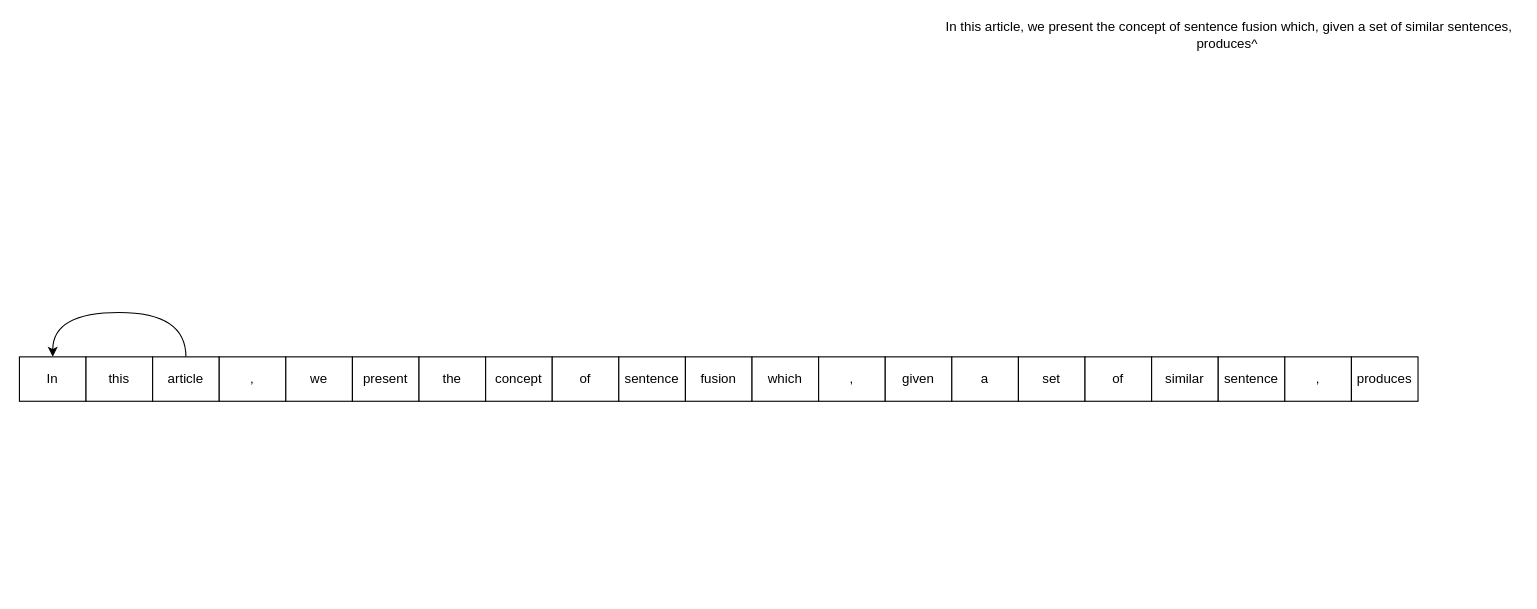
Earlier version of the draw.io diagram scentence.drawio (caramucho/drawio-repo). Source tidied: cells renumbered, new cells numbered last; positions are measured from the earlier drawing's top-left corner, leaving out a move shared by most shapes. Both pictures are drawn from the tidied source at 111%, with x=0, y=0 at pixel (19, 23).
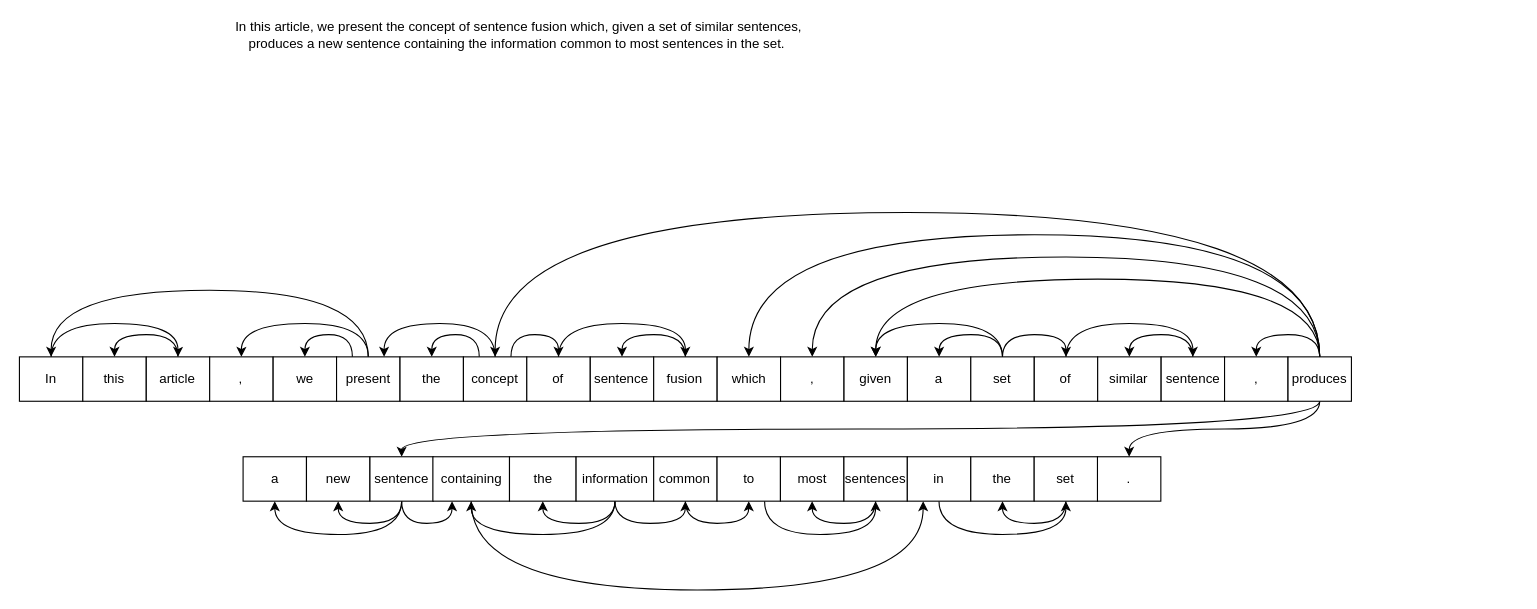
After the change.

What changed in the source:
```diff
@@
-    <mxCell id="2" value="In this article, we present the concept of sentence fusion which, given a set of similar sentences, produces^&amp;nbsp;" style="text;html=1;strokeColor=none;fillColor=none;align=center;verticalAlign=middle;whiteSpace=wrap;rounded=0;" parent="1" vertex="1">
-      <mxGeometry x="830" width="520" height="20" as="geometry" />
+    <mxCell id="2" value="In this article, we present the concept of sentence fusion which, given a set of similar sentences, produces a new sentence containing the information common to most sentences in the set.&amp;nbsp;" style="text;html=1;strokeColor=none;fillColor=none;align=center;verticalAlign=middle;whiteSpace=wrap;rounded=0;" parent="1" vertex="1">
+      <mxGeometry x="190" width="520" height="20" as="geometry" />
     </mxCell>
-    <mxCell id="3" style="curved=1;endArrow=classic;html=1;exitX=0.5;exitY=0;exitDx=0;exitDy=0;entryX=0.5;entryY=0;entryDx=0;entryDy=0;" parent="1" edge="1" source="6" target="4">
-      <mxGeometry relative="1" as="geometry">
-        <Array as="points">
-          <mxPoint x="150" y="260" />
-          <mxPoint x="30" y="260" />
-        </Array>
-      </mxGeometry>
-    </mxCell>
     <mxCell id="4" value="In" style="rounded=0;whiteSpace=wrap;html=1;" parent="1" vertex="1">
-      <mxGeometry y="300" width="60" height="40" as="geometry" />
+      <mxGeometry y="300" width="57.1" height="40" as="geometry" />
     </mxCell>
     <mxCell id="5" value="this" style="rounded=0;whiteSpace=wrap;html=1;" parent="1" vertex="1">
-      <mxGeometry x="60" y="300" width="60" height="40" as="geometry" />
+      <mxGeometry x="57.1" y="300" width="57.1" height="40" as="geometry" />
     </mxCell>
+    <mxCell id="25" style="edgeStyle=orthogonalEdgeStyle;rounded=0;jettySize=auto;html=1;exitX=0.5;exitY=0;exitDx=0;exitDy=0;entryX=0.5;entryY=0;entryDx=0;entryDy=0;curved=1;" parent="1" edge="1" source="6" target="5">
+      <mxGeometry relative="1" as="geometry" />
+    </mxCell>
+    <mxCell id="3" style="edgeStyle=orthogonalEdgeStyle;curved=1;rounded=0;jettySize=auto;html=1;exitX=0.5;exitY=0;exitDx=0;exitDy=0;entryX=0.5;entryY=0;entryDx=0;entryDy=0;startArrow=classic;startFill=1;endArrow=none;endFill=0;" parent="1" edge="1" source="6" target="4">
+      <mxGeometry relative="1" as="geometry">
+        <Array as="points">
+          <mxPoint x="142.9" y="270" />
+          <mxPoint x="28.6" y="270" />
+        </Array>
+      </mxGeometry>
+    </mxCell>
     <mxCell id="6" value="article" style="rounded=0;whiteSpace=wrap;html=1;" parent="1" vertex="1">
-      <mxGeometry x="120" y="300" width="60" height="40" as="geometry" />
+      <mxGeometry x="114.3" y="300" width="57.1" height="40" as="geometry" />
     </mxCell>
+    <mxCell id="26" style="edgeStyle=orthogonalEdgeStyle;curved=1;rounded=0;jettySize=auto;html=1;exitX=0.5;exitY=0;exitDx=0;exitDy=0;startArrow=classic;startFill=1;endArrow=none;endFill=0;" parent="1" edge="1" source="7">
+      <mxGeometry relative="1" as="geometry">
+        <mxPoint x="314.3" y="300" as="targetPoint" />
+        <Array as="points">
+          <mxPoint x="200" y="270" />
+          <mxPoint x="314.3" y="270" />
+        </Array>
+      </mxGeometry>
+    </mxCell>
     <mxCell id="7" value="," style="rounded=0;whiteSpace=wrap;html=1;" parent="1" vertex="1">
-      <mxGeometry x="180" y="300" width="60" height="40" as="geometry" />
+      <mxGeometry x="171.4" y="300" width="57.1" height="40" as="geometry" />
     </mxCell>
     <mxCell id="8" value="we" style="rounded=0;whiteSpace=wrap;html=1;" parent="1" vertex="1">
-      <mxGeometry x="240" y="300" width="60" height="40" as="geometry" />
+      <mxGeometry x="228.6" y="300" width="57.1" height="40" as="geometry" />
     </mxCell>
     <mxCell id="9" value="present" style="rounded=0;whiteSpace=wrap;html=1;" parent="1" vertex="1">
-      <mxGeometry x="300" y="300" width="60" height="40" as="geometry" />
+      <mxGeometry x="285.7" y="300" width="57.1" height="40" as="geometry" />
     </mxCell>
+    <mxCell id="27" style="edgeStyle=orthogonalEdgeStyle;curved=1;rounded=0;jettySize=auto;html=1;exitX=0.5;exitY=0;exitDx=0;exitDy=0;entryX=0.5;entryY=0;entryDx=0;entryDy=0;startArrow=classic;startFill=1;endArrow=none;endFill=0;" parent="1" edge="1" source="4" target="9">
+      <mxGeometry relative="1" as="geometry">
+        <Array as="points">
+          <mxPoint x="28.6" y="240" />
+          <mxPoint x="314.3" y="240" />
+        </Array>
+      </mxGeometry>
+    </mxCell>
+    <mxCell id="28" style="edgeStyle=orthogonalEdgeStyle;curved=1;rounded=0;jettySize=auto;html=1;exitX=0.5;exitY=0;exitDx=0;exitDy=0;entryX=0.25;entryY=0;entryDx=0;entryDy=0;startArrow=classic;startFill=1;endArrow=none;endFill=0;" parent="1" edge="1" source="8" target="9">
+      <mxGeometry relative="1" as="geometry" />
+    </mxCell>
     <mxCell id="10" value="the" style="rounded=0;whiteSpace=wrap;html=1;" parent="1" vertex="1">
-      <mxGeometry x="360" y="300" width="60" height="40" as="geometry" />
+      <mxGeometry x="342.9" y="300" width="57.1" height="40" as="geometry" />
     </mxCell>
+    <mxCell id="29" style="edgeStyle=orthogonalEdgeStyle;curved=1;rounded=0;jettySize=auto;html=1;exitX=0.25;exitY=0;exitDx=0;exitDy=0;entryX=0.5;entryY=0;entryDx=0;entryDy=0;startArrow=none;startFill=0;endArrow=classic;endFill=1;" parent="1" edge="1" source="11" target="10">
+      <mxGeometry relative="1" as="geometry" />
+    </mxCell>
     <mxCell id="11" value="concept" style="rounded=0;whiteSpace=wrap;html=1;" parent="1" vertex="1">
-      <mxGeometry x="420" y="300" width="60" height="40" as="geometry" />
+      <mxGeometry x="400" y="300" width="57.1" height="40" as="geometry" />
     </mxCell>
+    <mxCell id="30" style="edgeStyle=orthogonalEdgeStyle;curved=1;rounded=0;jettySize=auto;html=1;exitX=0.75;exitY=0;exitDx=0;exitDy=0;entryX=0.5;entryY=0;entryDx=0;entryDy=0;startArrow=classic;startFill=1;endArrow=none;endFill=0;" parent="1" edge="1" source="9" target="11">
+      <mxGeometry relative="1" as="geometry">
+        <Array as="points">
+          <mxPoint x="329" y="270" />
+          <mxPoint x="429" y="270" />
+        </Array>
+      </mxGeometry>
+    </mxCell>
     <mxCell id="12" value="of" style="rounded=0;whiteSpace=wrap;html=1;" parent="1" vertex="1">
-      <mxGeometry x="480" y="300" width="60" height="40" as="geometry" />
+      <mxGeometry x="457.1" y="300" width="57.1" height="40" as="geometry" />
     </mxCell>
+    <mxCell id="31" style="edgeStyle=orthogonalEdgeStyle;curved=1;rounded=0;jettySize=auto;html=1;exitX=0.75;exitY=0;exitDx=0;exitDy=0;entryX=0.5;entryY=0;entryDx=0;entryDy=0;startArrow=none;startFill=0;endArrow=classic;endFill=1;" parent="1" edge="1" source="11" target="12">
+      <mxGeometry relative="1" as="geometry" />
+    </mxCell>
     <mxCell id="13" value="sentence" style="rounded=0;whiteSpace=wrap;html=1;" parent="1" vertex="1">
-      <mxGeometry x="540" y="300" width="60" height="40" as="geometry" />
+      <mxGeometry x="514.3" y="300" width="57.1" height="40" as="geometry" />
     </mxCell>
+    <mxCell id="32" style="edgeStyle=orthogonalEdgeStyle;curved=1;rounded=0;jettySize=auto;html=1;exitX=0.5;exitY=0;exitDx=0;exitDy=0;entryX=0.5;entryY=0;entryDx=0;entryDy=0;startArrow=none;startFill=0;endArrow=classic;endFill=1;" parent="1" edge="1" source="14" target="13">
+      <mxGeometry relative="1" as="geometry" />
+    </mxCell>
     <mxCell id="14" value="fusion" style="rounded=0;whiteSpace=wrap;html=1;" parent="1" vertex="1">
-      <mxGeometry x="600" y="300" width="60" height="40" as="geometry" />
+      <mxGeometry x="571.4" y="300" width="57.1" height="40" as="geometry" />
     </mxCell>
+    <mxCell id="33" style="edgeStyle=orthogonalEdgeStyle;curved=1;rounded=0;jettySize=auto;html=1;exitX=0.5;exitY=0;exitDx=0;exitDy=0;entryX=0.5;entryY=0;entryDx=0;entryDy=0;startArrow=none;startFill=0;endArrow=classic;endFill=1;" parent="1" edge="1" source="12" target="14">
+      <mxGeometry relative="1" as="geometry">
+        <Array as="points">
+          <mxPoint x="485.7" y="270" />
+          <mxPoint x="600" y="270" />
+        </Array>
+      </mxGeometry>
+    </mxCell>
     <mxCell id="15" value="which" style="rounded=0;whiteSpace=wrap;html=1;" parent="1" vertex="1">
-      <mxGeometry x="660" y="300" width="60" height="40" as="geometry" />
+      <mxGeometry x="628.6" y="300" width="57.1" height="40" as="geometry" />
     </mxCell>
     <mxCell id="16" value="," style="rounded=0;whiteSpace=wrap;html=1;" parent="1" vertex="1">
-      <mxGeometry x="720" y="300" width="60" height="40" as="geometry" />
+      <mxGeometry x="685.7" y="300" width="57.1" height="40" as="geometry" />
     </mxCell>
     <mxCell id="17" value="given" style="rounded=0;whiteSpace=wrap;html=1;" parent="1" vertex="1">
-      <mxGeometry x="780" y="300" width="60" height="40" as="geometry" />
+      <mxGeometry x="742.9" y="300" width="57.1" height="40" as="geometry" />
     </mxCell>
     <mxCell id="18" value="a" style="rounded=0;whiteSpace=wrap;html=1;" parent="1" vertex="1">
-      <mxGeometry x="840" y="300" width="60" height="40" as="geometry" />
+      <mxGeometry x="800" y="300" width="57.1" height="40" as="geometry" />
     </mxCell>
+    <mxCell id="34" style="edgeStyle=orthogonalEdgeStyle;curved=1;rounded=0;jettySize=auto;html=1;exitX=0.5;exitY=0;exitDx=0;exitDy=0;entryX=0.5;entryY=0;entryDx=0;entryDy=0;startArrow=none;startFill=0;endArrow=classic;endFill=1;" parent="1" edge="1" source="19" target="18">
+      <mxGeometry relative="1" as="geometry" />
+    </mxCell>
+    <mxCell id="35" style="edgeStyle=orthogonalEdgeStyle;curved=1;rounded=0;jettySize=auto;html=1;exitX=0.5;exitY=0;exitDx=0;exitDy=0;entryX=0.5;entryY=0;entryDx=0;entryDy=0;startArrow=none;startFill=0;endArrow=classic;endFill=1;" parent="1" edge="1" source="19" target="17">
+      <mxGeometry relative="1" as="geometry">
+        <Array as="points">
+          <mxPoint x="885.7" y="270" />
+          <mxPoint x="771.4" y="270" />
+        </Array>
+      </mxGeometry>
+    </mxCell>
     <mxCell id="19" value="set" style="rounded=0;whiteSpace=wrap;html=1;" parent="1" vertex="1">
-      <mxGeometry x="900" y="300" width="60" height="40" as="geometry" />
+      <mxGeometry x="857.1" y="300" width="57.1" height="40" as="geometry" />
     </mxCell>
     <mxCell id="20" value="of" style="rounded=0;whiteSpace=wrap;html=1;" parent="1" vertex="1">
-      <mxGeometry x="960" y="300" width="60" height="40" as="geometry" />
+      <mxGeometry x="914.3" y="300" width="57.1" height="40" as="geometry" />
     </mxCell>
+    <mxCell id="36" style="edgeStyle=orthogonalEdgeStyle;curved=1;rounded=0;jettySize=auto;html=1;exitX=0.5;exitY=0;exitDx=0;exitDy=0;entryX=0.5;entryY=0;entryDx=0;entryDy=0;startArrow=none;startFill=0;endArrow=classic;endFill=1;" parent="1" edge="1" source="19" target="20">
+      <mxGeometry relative="1" as="geometry" />
+    </mxCell>
     <mxCell id="21" value="similar" style="rounded=0;whiteSpace=wrap;html=1;" parent="1" vertex="1">
-      <mxGeometry x="1020" y="300" width="60" height="40" as="geometry" />
+      <mxGeometry x="971.4" y="300" width="57.1" height="40" as="geometry" />
     </mxCell>
+    <mxCell id="37" style="edgeStyle=orthogonalEdgeStyle;curved=1;rounded=0;jettySize=auto;html=1;exitX=0.5;exitY=0;exitDx=0;exitDy=0;entryX=0.5;entryY=0;entryDx=0;entryDy=0;startArrow=none;startFill=0;endArrow=classic;endFill=1;" parent="1" edge="1" source="22" target="21">
+      <mxGeometry relative="1" as="geometry" />
+    </mxCell>
     <mxCell id="22" value="sentence" style="rounded=0;whiteSpace=wrap;html=1;" parent="1" vertex="1">
-      <mxGeometry x="1080" y="300" width="60" height="40" as="geometry" />
+      <mxGeometry x="1028.6" y="300" width="57.1" height="40" as="geometry" />
     </mxCell>
+    <mxCell id="38" style="edgeStyle=orthogonalEdgeStyle;curved=1;rounded=0;jettySize=auto;html=1;exitX=0.5;exitY=0;exitDx=0;exitDy=0;entryX=0.5;entryY=0;entryDx=0;entryDy=0;startArrow=none;startFill=0;endArrow=classic;endFill=1;" parent="1" edge="1" source="20" target="22">
+      <mxGeometry relative="1" as="geometry">
+        <Array as="points">
+          <mxPoint x="942.9" y="270" />
+          <mxPoint x="1057.1" y="270" />
+        </Array>
+      </mxGeometry>
+    </mxCell>
     <mxCell id="23" value="," style="rounded=0;whiteSpace=wrap;html=1;" parent="1" vertex="1">
-      <mxGeometry x="1140" y="300" width="60" height="40" as="geometry" />
+      <mxGeometry x="1085.7" y="300" width="57.1" height="40" as="geometry" />
     </mxCell>
+    <mxCell id="39" style="edgeStyle=orthogonalEdgeStyle;curved=1;rounded=0;jettySize=auto;html=1;exitX=0.5;exitY=0;exitDx=0;exitDy=0;entryX=0.5;entryY=0;entryDx=0;entryDy=0;startArrow=none;startFill=0;endArrow=classic;endFill=1;" parent="1" edge="1" source="24" target="15">
+      <mxGeometry relative="1" as="geometry">
+        <Array as="points">
+          <mxPoint x="1172" y="190" />
+          <mxPoint x="657" y="190" />
+        </Array>
+      </mxGeometry>
+    </mxCell>
+    <mxCell id="40" style="edgeStyle=orthogonalEdgeStyle;curved=1;rounded=0;jettySize=auto;html=1;exitX=0.5;exitY=0;exitDx=0;exitDy=0;entryX=0.5;entryY=0;entryDx=0;entryDy=0;startArrow=none;startFill=0;endArrow=classic;endFill=1;" parent="1" edge="1" source="24" target="17">
+      <mxGeometry relative="1" as="geometry">
+        <Array as="points">
+          <mxPoint x="1172" y="230" />
+          <mxPoint x="771" y="230" />
+        </Array>
+      </mxGeometry>
+    </mxCell>
+    <mxCell id="41" style="edgeStyle=orthogonalEdgeStyle;curved=1;rounded=0;jettySize=auto;html=1;exitX=0.5;exitY=0;exitDx=0;exitDy=0;entryX=0.5;entryY=0;entryDx=0;entryDy=0;startArrow=none;startFill=0;endArrow=classic;endFill=1;" parent="1" edge="1" source="24" target="16">
+      <mxGeometry relative="1" as="geometry">
+        <Array as="points">
+          <mxPoint x="1172" y="210" />
+          <mxPoint x="715" y="210" />
+        </Array>
+      </mxGeometry>
+    </mxCell>
+    <mxCell id="42" style="edgeStyle=orthogonalEdgeStyle;curved=1;rounded=0;jettySize=auto;html=1;exitX=0.5;exitY=0;exitDx=0;exitDy=0;entryX=0.5;entryY=0;entryDx=0;entryDy=0;startArrow=none;startFill=0;endArrow=classic;endFill=1;" parent="1" edge="1" source="24" target="23">
+      <mxGeometry relative="1" as="geometry" />
+    </mxCell>
+    <mxCell id="43" style="edgeStyle=orthogonalEdgeStyle;curved=1;rounded=0;jettySize=auto;html=1;exitX=0.5;exitY=0;exitDx=0;exitDy=0;entryX=0.5;entryY=0;entryDx=0;entryDy=0;startArrow=none;startFill=0;endArrow=classic;endFill=1;" parent="1" edge="1" source="24" target="11">
+      <mxGeometry relative="1" as="geometry">
+        <Array as="points">
+          <mxPoint x="1171" y="170" />
+          <mxPoint x="429" y="170" />
+        </Array>
+      </mxGeometry>
+    </mxCell>
+    <mxCell id="44" style="edgeStyle=orthogonalEdgeStyle;curved=1;rounded=0;jettySize=auto;html=1;exitX=0.5;exitY=1;exitDx=0;exitDy=0;entryX=0.5;entryY=0;entryDx=0;entryDy=0;startArrow=none;startFill=0;endArrow=classic;endFill=1;" parent="1" edge="1" source="24" target="71">
+      <mxGeometry relative="1" as="geometry" />
+    </mxCell>
+    <mxCell id="45" style="edgeStyle=orthogonalEdgeStyle;curved=1;rounded=0;jettySize=auto;html=1;exitX=0.5;exitY=1;exitDx=0;exitDy=0;entryX=0.5;entryY=0;entryDx=0;entryDy=0;startArrow=none;startFill=0;endArrow=classic;endFill=1;" parent="1" edge="1" source="24" target="51">
+      <mxGeometry relative="1" as="geometry" />
+    </mxCell>
     <mxCell id="24" value="produces" style="rounded=0;whiteSpace=wrap;html=1;" parent="1" vertex="1">
-      <mxGeometry x="1200" y="300" width="60" height="40" as="geometry" />
+      <mxGeometry x="1142.9" y="300" width="57.1" height="40" as="geometry" />
     </mxCell>
+    <mxCell id="46" value="a" style="rounded=0;whiteSpace=wrap;html=1;" parent="1" vertex="1">
+      <mxGeometry x="201.5" y="390" width="57.1" height="40" as="geometry" />
+    </mxCell>
+    <mxCell id="47" value="new" style="rounded=0;whiteSpace=wrap;html=1;" parent="1" vertex="1">
+      <mxGeometry x="258.6" y="390" width="57.1" height="40" as="geometry" />
+    </mxCell>
+    <mxCell id="48" style="edgeStyle=orthogonalEdgeStyle;curved=1;rounded=0;jettySize=auto;html=1;exitX=0.5;exitY=1;exitDx=0;exitDy=0;entryX=0.5;entryY=1;entryDx=0;entryDy=0;startArrow=none;startFill=0;endArrow=classic;endFill=1;" parent="1" edge="1" source="51" target="47">
+      <mxGeometry relative="1" as="geometry" />
+    </mxCell>
+    <mxCell id="49" style="edgeStyle=orthogonalEdgeStyle;curved=1;rounded=0;jettySize=auto;html=1;exitX=0.5;exitY=1;exitDx=0;exitDy=0;entryX=0.5;entryY=1;entryDx=0;entryDy=0;startArrow=none;startFill=0;endArrow=classic;endFill=1;" parent="1" edge="1" source="51" target="46">
+      <mxGeometry relative="1" as="geometry">
+        <Array as="points">
+          <mxPoint x="344" y="460" />
+          <mxPoint x="230" y="460" />
+        </Array>
+      </mxGeometry>
+    </mxCell>
+    <mxCell id="50" style="edgeStyle=orthogonalEdgeStyle;curved=1;rounded=0;jettySize=auto;html=1;exitX=0.5;exitY=1;exitDx=0;exitDy=0;entryX=0.25;entryY=1;entryDx=0;entryDy=0;startArrow=none;startFill=0;endArrow=classic;endFill=1;" parent="1" edge="1" source="51" target="53">
+      <mxGeometry relative="1" as="geometry">
+        <Array as="points">
+          <mxPoint x="344" y="450" />
+          <mxPoint x="390" y="450" />
+        </Array>
+      </mxGeometry>
+    </mxCell>
+    <mxCell id="51" value="sentence" style="rounded=0;whiteSpace=wrap;html=1;" parent="1" vertex="1">
+      <mxGeometry x="315.8" y="390" width="57.1" height="40" as="geometry" />
+    </mxCell>
+    <mxCell id="52" style="edgeStyle=orthogonalEdgeStyle;curved=1;rounded=0;jettySize=auto;html=1;exitX=0.5;exitY=1;exitDx=0;exitDy=0;entryX=0.25;entryY=1;entryDx=0;entryDy=0;startArrow=none;startFill=0;endArrow=classic;endFill=1;" parent="1" edge="1" source="53" target="67">
+      <mxGeometry relative="1" as="geometry">
+        <Array as="points">
+          <mxPoint x="407" y="510" />
+          <mxPoint x="814" y="510" />
+        </Array>
+      </mxGeometry>
+    </mxCell>
+    <mxCell id="53" value="containing" style="rounded=0;whiteSpace=wrap;html=1;" parent="1" vertex="1">
+      <mxGeometry x="372.5" y="390" width="69" height="40" as="geometry" />
+    </mxCell>
+    <mxCell id="54" value="the" style="rounded=0;whiteSpace=wrap;html=1;" parent="1" vertex="1">
+      <mxGeometry x="441.5" y="390" width="60" height="40" as="geometry" />
+    </mxCell>
+    <mxCell id="55" style="edgeStyle=orthogonalEdgeStyle;curved=1;rounded=0;jettySize=auto;html=1;exitX=0.5;exitY=1;exitDx=0;exitDy=0;entryX=0.5;entryY=1;entryDx=0;entryDy=0;startArrow=none;startFill=0;endArrow=classic;endFill=1;" parent="1" edge="1" source="58" target="54">
+      <mxGeometry relative="1" as="geometry" />
+    </mxCell>
+    <mxCell id="56" style="edgeStyle=orthogonalEdgeStyle;curved=1;rounded=0;jettySize=auto;html=1;exitX=0.5;exitY=1;exitDx=0;exitDy=0;entryX=0.5;entryY=1;entryDx=0;entryDy=0;startArrow=none;startFill=0;endArrow=classic;endFill=1;" parent="1" edge="1" source="58" target="53">
+      <mxGeometry relative="1" as="geometry">
+        <Array as="points">
+          <mxPoint x="537" y="460" />
+          <mxPoint x="407" y="460" />
+        </Array>
+      </mxGeometry>
+    </mxCell>
+    <mxCell id="57" style="edgeStyle=orthogonalEdgeStyle;curved=1;rounded=0;jettySize=auto;html=1;exitX=0.5;exitY=1;exitDx=0;exitDy=0;entryX=0.5;entryY=1;entryDx=0;entryDy=0;startArrow=none;startFill=0;endArrow=classic;endFill=1;" parent="1" edge="1" source="58" target="60">
+      <mxGeometry relative="1" as="geometry" />
+    </mxCell>
+    <mxCell id="58" value="information" style="rounded=0;whiteSpace=wrap;html=1;" parent="1" vertex="1">
+      <mxGeometry x="501.5" y="390" width="70" height="40" as="geometry" />
+    </mxCell>
+    <mxCell id="59" style="edgeStyle=orthogonalEdgeStyle;curved=1;rounded=0;jettySize=auto;html=1;exitX=0.5;exitY=1;exitDx=0;exitDy=0;entryX=0.5;entryY=1;entryDx=0;entryDy=0;startArrow=none;startFill=0;endArrow=classic;endFill=1;" parent="1" edge="1" source="60" target="62">
+      <mxGeometry relative="1" as="geometry" />
+    </mxCell>
+    <mxCell id="60" value="common" style="rounded=0;whiteSpace=wrap;html=1;" parent="1" vertex="1">
+      <mxGeometry x="571.4" y="390" width="57.1" height="40" as="geometry" />
+    </mxCell>
+    <mxCell id="61" style="edgeStyle=orthogonalEdgeStyle;curved=1;rounded=0;jettySize=auto;html=1;exitX=0.75;exitY=1;exitDx=0;exitDy=0;entryX=0.5;entryY=1;entryDx=0;entryDy=0;startArrow=none;startFill=0;endArrow=classic;endFill=1;" parent="1" edge="1" source="62" target="65">
+      <mxGeometry relative="1" as="geometry">
+        <Array as="points">
+          <mxPoint x="671" y="460" />
+          <mxPoint x="771" y="460" />
+        </Array>
+      </mxGeometry>
+    </mxCell>
+    <mxCell id="62" value="to" style="rounded=0;whiteSpace=wrap;html=1;" parent="1" vertex="1">
+      <mxGeometry x="628.5" y="390" width="57.1" height="40" as="geometry" />
+    </mxCell>
+    <mxCell id="63" value="most" style="rounded=0;whiteSpace=wrap;html=1;" parent="1" vertex="1">
+      <mxGeometry x="685.6" y="390" width="57.1" height="40" as="geometry" />
+    </mxCell>
+    <mxCell id="64" style="edgeStyle=orthogonalEdgeStyle;curved=1;rounded=0;jettySize=auto;html=1;exitX=0.5;exitY=1;exitDx=0;exitDy=0;entryX=0.5;entryY=1;entryDx=0;entryDy=0;startArrow=none;startFill=0;endArrow=classic;endFill=1;" parent="1" edge="1" source="65" target="63">
+      <mxGeometry relative="1" as="geometry" />
+    </mxCell>
+    <mxCell id="65" value="sentences" style="rounded=0;whiteSpace=wrap;html=1;" parent="1" vertex="1">
+      <mxGeometry x="742.8" y="390" width="57.1" height="40" as="geometry" />
+    </mxCell>
+    <mxCell id="66" style="edgeStyle=orthogonalEdgeStyle;curved=1;rounded=0;jettySize=auto;html=1;exitX=0.5;exitY=1;exitDx=0;exitDy=0;entryX=0.5;entryY=1;entryDx=0;entryDy=0;startArrow=none;startFill=0;endArrow=classic;endFill=1;" parent="1" edge="1" source="67" target="70">
+      <mxGeometry relative="1" as="geometry">
+        <Array as="points">
+          <mxPoint x="828" y="460" />
+          <mxPoint x="943" y="460" />
+        </Array>
+      </mxGeometry>
+    </mxCell>
+    <mxCell id="67" value="in" style="rounded=0;whiteSpace=wrap;html=1;" parent="1" vertex="1">
+      <mxGeometry x="799.9" y="390" width="57.1" height="40" as="geometry" />
+    </mxCell>
+    <mxCell id="68" value="the" style="rounded=0;whiteSpace=wrap;html=1;" parent="1" vertex="1">
+      <mxGeometry x="857.1" y="390" width="57.1" height="40" as="geometry" />
+    </mxCell>
+    <mxCell id="69" style="edgeStyle=orthogonalEdgeStyle;curved=1;rounded=0;jettySize=auto;html=1;exitX=0.5;exitY=1;exitDx=0;exitDy=0;entryX=0.5;entryY=1;entryDx=0;entryDy=0;startArrow=none;startFill=0;endArrow=classic;endFill=1;" parent="1" edge="1" source="70" target="68">
+      <mxGeometry relative="1" as="geometry" />
+    </mxCell>
+    <mxCell id="70" value="set" style="rounded=0;whiteSpace=wrap;html=1;" parent="1" vertex="1">
+      <mxGeometry x="914.2" y="390" width="57.1" height="40" as="geometry" />
+    </mxCell>
+    <mxCell id="71" value="." style="rounded=0;whiteSpace=wrap;html=1;" parent="1" vertex="1">
+      <mxGeometry x="971.2" y="390" width="57.1" height="40" as="geometry" />
+    </mxCell>
```
